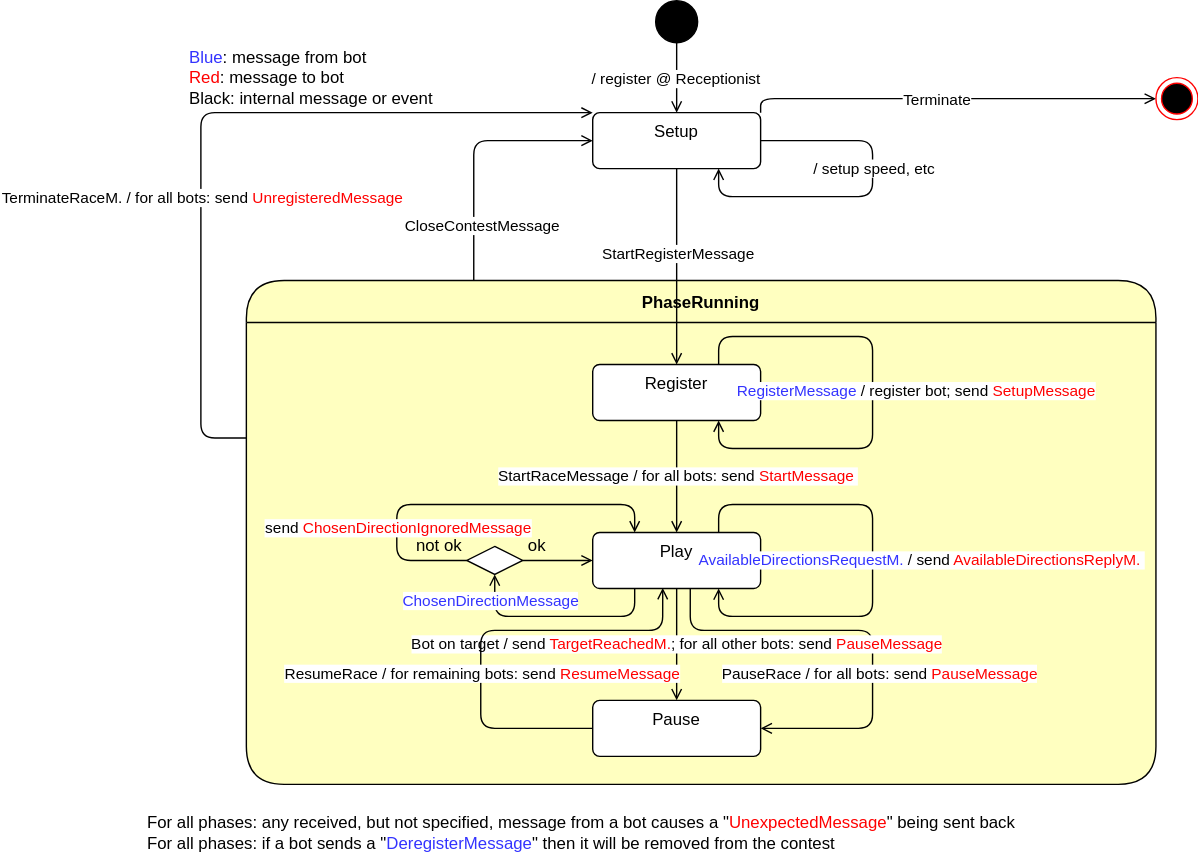
This is img/board-state-diagram.svg from tbuetler/BotRaceSimulation_Akka, a draw.io export, as it was before one commit. Source tidied: cells renumbered, new cells last; positions are measured from the earlier drawing's top-left corner, leaving out a move shared by most shapes.
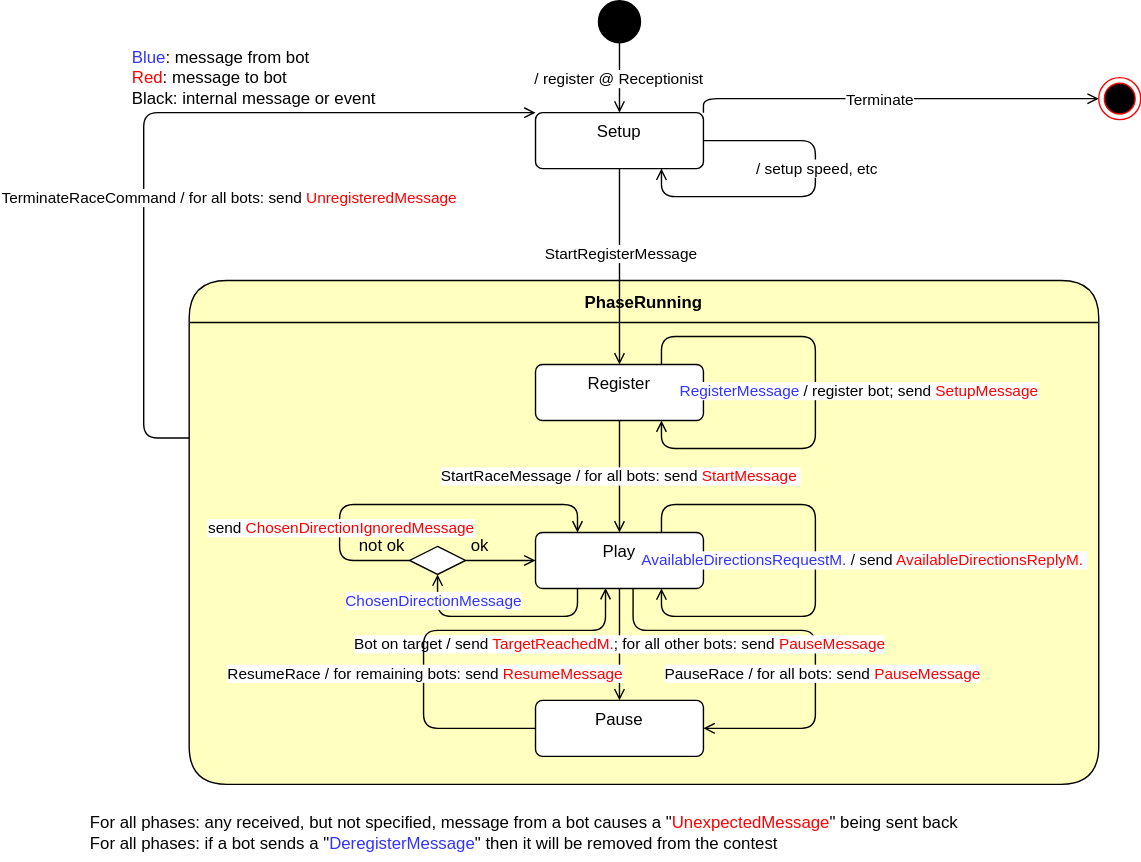
After the commit.

What changed in the source:
```diff
@@ -10,3 +10,3 @@
     </mxCell>
-    <mxCell id="4" style="edgeStyle=orthogonalEdgeStyle;rounded=0;jettySize=auto;html=1;exitX=0.5;exitY=1;exitDx=0;exitDy=0;endArrow=open;endFill=0;" parent="1" edge="1" source="8" target="16">
+    <mxCell id="4" style="edgeStyle=orthogonalEdgeStyle;rounded=0;jettySize=auto;html=1;exitX=0.5;exitY=1;exitDx=0;exitDy=0;endArrow=open;endFill=0;" parent="1" edge="1" source="8" target="14">
       <mxGeometry relative="1" as="geometry" />
@@ -18,3 +18,3 @@
     </mxCell>
-    <mxCell id="6" style="edgeStyle=orthogonalEdgeStyle;rounded=1;jettySize=auto;html=1;exitX=1;exitY=0;exitDx=0;exitDy=0;entryX=0;entryY=0.5;entryDx=0;entryDy=0;endArrow=open;endFill=0;" parent="1" edge="1" source="8" target="35">
+    <mxCell id="6" style="edgeStyle=orthogonalEdgeStyle;rounded=1;jettySize=auto;html=1;exitX=1;exitY=0;exitDx=0;exitDy=0;entryX=0;entryY=0.5;entryDx=0;entryDy=0;endArrow=open;endFill=0;" parent="1" edge="1" source="8" target="33">
       <mxGeometry relative="1" as="geometry">
@@ -41,3 +41,3 @@
     </mxCell>
-    <mxCell id="12" style="edgeStyle=orthogonalEdgeStyle;rounded=0;jettySize=auto;html=1;exitX=0.5;exitY=1;exitDx=0;exitDy=0;entryX=0.5;entryY=0;entryDx=0;entryDy=0;endArrow=open;endFill=0;" parent="1" edge="1" source="16" target="20">
+    <mxCell id="12" style="edgeStyle=orthogonalEdgeStyle;rounded=0;jettySize=auto;html=1;exitX=0.5;exitY=1;exitDx=0;exitDy=0;entryX=0.5;entryY=0;entryDx=0;entryDy=0;endArrow=open;endFill=0;" parent="1" edge="1" source="14" target="18">
       <mxGeometry relative="1" as="geometry" />
@@ -47,43 +47,44 @@
     </mxCell>
-    <mxCell id="14" style="edgeStyle=orthogonalEdgeStyle;rounded=1;jettySize=auto;html=1;exitX=0.25;exitY=0;exitDx=0;exitDy=0;entryX=0;entryY=0.5;entryDx=0;entryDy=0;endArrow=open;endFill=0;" parent="1" edge="1" source="2" target="8">
-      <mxGeometry relative="1" as="geometry">
-        <Array as="points">
-          <mxPoint x="235" y="100" />
-        </Array>
-      </mxGeometry>
+    <mxCell id="14" value="Register" style="html=1;align=center;verticalAlign=top;rounded=1;absoluteArcSize=1;arcSize=10;dashed=0;whiteSpace=wrap;" parent="1" vertex="1">
+      <mxGeometry x="320" y="260" width="120" height="40" as="geometry" />
     </mxCell>
-    <mxCell id="15" value="CloseContestMessage" style="edgeLabel;html=1;align=center;verticalAlign=middle;" parent="14" vertex="1">
-      <mxGeometry x="-0.04" y="-1" relative="1" as="geometry">
-        <mxPoint x="4" y="49" as="offset" />
+    <mxCell id="15" style="edgeStyle=orthogonalEdgeStyle;rounded=1;jettySize=auto;html=1;entryX=1;entryY=0.5;entryDx=0;entryDy=0;endArrow=open;endFill=0;exitX=0.581;exitY=0.992;exitDx=0;exitDy=0;exitPerimeter=0;" parent="1" edge="1" source="18" target="23">
+      <mxGeometry relative="1" as="geometry">
+        <Array as="points">
+          <mxPoint x="390" y="450" />
+          <mxPoint x="520" y="450" />
+          <mxPoint x="520" y="520" />
+        </Array>
       </mxGeometry>
     </mxCell>
-    <mxCell id="16" value="Register" style="html=1;align=center;verticalAlign=top;rounded=1;absoluteArcSize=1;arcSize=10;dashed=0;whiteSpace=wrap;" parent="1" vertex="1">
-      <mxGeometry x="320" y="260" width="120" height="40" as="geometry" />
+    <mxCell id="16" value="PauseRace / for all bots: send &lt;font color=&quot;#ff0000&quot;&gt;PauseMessage&lt;/font&gt;" style="edgeLabel;html=1;align=center;verticalAlign=middle;points=[];" parent="15" vertex="1">
+      <mxGeometry x="0.01" y="1" relative="1" as="geometry">
+        <mxPoint x="8" y="31" as="offset" />
+      </mxGeometry>
     </mxCell>
-    <mxCell id="17" style="edgeStyle=orthogonalEdgeStyle;rounded=1;jettySize=auto;html=1;entryX=1;entryY=0.5;entryDx=0;entryDy=0;endArrow=open;endFill=0;exitX=0.581;exitY=0.992;exitDx=0;exitDy=0;exitPerimeter=0;" parent="1" edge="1" source="20" target="25">
-      <mxGeometry relative="1" as="geometry">
-        <Array as="points">
-          <mxPoint x="390" y="450" />
-          <mxPoint x="520" y="450" />
-          <mxPoint x="520" y="520" />
-        </Array>
-      </mxGeometry>
+    <mxCell id="17" value="Bot on target / send &lt;font color=&quot;#ff0000&quot;&gt;TargetReachedM.&lt;/font&gt;; for all other bots: send &lt;font color=&quot;#ff0000&quot;&gt;PauseMessage&lt;/font&gt;" style="edgeStyle=orthogonalEdgeStyle;rounded=0;jettySize=auto;html=1;exitX=0.5;exitY=1;exitDx=0;exitDy=0;entryX=0.5;entryY=0;entryDx=0;entryDy=0;endArrow=open;endFill=0;" parent="1" edge="1" source="18" target="23">
+      <mxGeometry relative="1" as="geometry" />
     </mxCell>
-    <mxCell id="18" value="PauseRace / for all bots: send &lt;font color=&quot;#ff0000&quot;&gt;PauseMessage&lt;/font&gt;" style="edgeLabel;html=1;align=center;verticalAlign=middle;points=[];" parent="17" vertex="1">
-      <mxGeometry x="0.01" y="1" relative="1" as="geometry">
-        <mxPoint x="8" y="31" as="offset" />
-      </mxGeometry>
+    <mxCell id="18" value="Play" style="html=1;align=center;verticalAlign=top;rounded=1;absoluteArcSize=1;arcSize=10;dashed=0;whiteSpace=wrap;" parent="1" vertex="1">
+      <mxGeometry x="320" y="380" width="120" height="40" as="geometry" />
     </mxCell>
-    <mxCell id="19" value="Bot on target / send &lt;font color=&quot;#ff0000&quot;&gt;TargetReachedM.&lt;/font&gt;; for all other bots: send &lt;font color=&quot;#ff0000&quot;&gt;PauseMessage&lt;/font&gt;" style="edgeStyle=orthogonalEdgeStyle;rounded=0;jettySize=auto;html=1;exitX=0.5;exitY=1;exitDx=0;exitDy=0;entryX=0.5;entryY=0;entryDx=0;entryDy=0;endArrow=open;endFill=0;" parent="1" edge="1" source="20" target="25">
-      <mxGeometry relative="1" as="geometry" />
+    <mxCell id="19" style="edgeStyle=orthogonalEdgeStyle;rounded=1;jettySize=auto;html=1;exitX=0;exitY=0.5;exitDx=0;exitDy=0;endArrow=open;endFill=0;entryX=0.417;entryY=0.992;entryDx=0;entryDy=0;entryPerimeter=0;" parent="1" edge="1" source="23" target="18">
+      <mxGeometry relative="1" as="geometry">
+        <Array as="points">
+          <mxPoint x="240" y="520" />
+          <mxPoint x="240" y="450" />
+          <mxPoint x="370" y="450" />
+        </Array>
+      </mxGeometry>
     </mxCell>
-    <mxCell id="20" value="Play" style="html=1;align=center;verticalAlign=top;rounded=1;absoluteArcSize=1;arcSize=10;dashed=0;whiteSpace=wrap;" parent="1" vertex="1">
-      <mxGeometry x="320" y="380" width="120" height="40" as="geometry" />
+    <mxCell id="20" value="ResumeRace / for remaining bots: send &lt;font color=&quot;#ff0000&quot;&gt;ResumeMessage&lt;/font&gt;" style="edgeLabel;html=1;align=center;verticalAlign=middle;points=[];" parent="19" vertex="1">
+      <mxGeometry x="-0.27" relative="1" as="geometry">
+        <mxPoint y="-7" as="offset" />
+      </mxGeometry>
     </mxCell>
-    <mxCell id="21" style="edgeStyle=orthogonalEdgeStyle;rounded=1;jettySize=auto;html=1;exitX=0;exitY=0.5;exitDx=0;exitDy=0;endArrow=open;endFill=0;entryX=0.417;entryY=0.992;entryDx=0;entryDy=0;entryPerimeter=0;" parent="1" edge="1" source="25" target="20">
+    <mxCell id="21" style="edgeStyle=orthogonalEdgeStyle;rounded=1;jettySize=auto;html=1;exitX=0;exitY=0.25;exitDx=0;exitDy=0;entryX=0;entryY=0;entryDx=0;entryDy=0;endArrow=open;endFill=0;" parent="1" edge="1" source="3" target="8">
       <mxGeometry relative="1" as="geometry">
         <Array as="points">
-          <mxPoint x="240" y="520" />
-          <mxPoint x="240" y="450" />
-          <mxPoint x="370" y="450" />
+          <mxPoint x="40" y="313" />
+          <mxPoint x="40" y="80" />
         </Array>
@@ -91,30 +92,30 @@
     </mxCell>
-    <mxCell id="22" value="ResumeRace / for remaining bots: send &lt;font color=&quot;#ff0000&quot;&gt;ResumeMessage&lt;/font&gt;" style="edgeLabel;html=1;align=center;verticalAlign=middle;" parent="21" vertex="1">
-      <mxGeometry x="-0.27" relative="1" as="geometry">
-        <mxPoint y="-7" as="offset" />
+    <mxCell id="22" value="TerminateRaceCommand / for all bots: send &lt;font color=&quot;#ff0000&quot;&gt;UnregisteredMessage&lt;/font&gt;" style="edgeLabel;html=1;align=center;verticalAlign=middle;" parent="21" vertex="1">
+      <mxGeometry x="0.03" relative="1" as="geometry">
+        <mxPoint x="46" y="60" as="offset" />
       </mxGeometry>
     </mxCell>
-    <mxCell id="23" style="edgeStyle=orthogonalEdgeStyle;rounded=1;jettySize=auto;html=1;exitX=0;exitY=0.25;exitDx=0;exitDy=0;entryX=0;entryY=0;entryDx=0;entryDy=0;endArrow=open;endFill=0;" parent="1" edge="1" source="3" target="8">
-      <mxGeometry relative="1" as="geometry">
-        <Array as="points">
-          <mxPoint x="40" y="313" />
-          <mxPoint x="40" y="80" />
-        </Array>
-      </mxGeometry>
+    <mxCell id="23" value="Pause" style="html=1;align=center;verticalAlign=top;rounded=1;absoluteArcSize=1;arcSize=10;dashed=0;whiteSpace=wrap;" parent="1" vertex="1">
+      <mxGeometry x="320" y="500" width="120" height="40" as="geometry" />
     </mxCell>
-    <mxCell id="24" value="TerminateRaceM. / for all bots: send &lt;font color=&quot;#ff0000&quot;&gt;UnregisteredMessage&lt;/font&gt;" style="edgeLabel;html=1;align=center;verticalAlign=middle;" parent="23" vertex="1">
-      <mxGeometry x="0.03" relative="1" as="geometry">
-        <mxPoint x="-14" y="60" as="offset" />
+    <mxCell id="24" style="edgeStyle=orthogonalEdgeStyle;rounded=1;orthogonalLoop=1;jettySize=auto;html=1;exitX=0.75;exitY=0;exitDx=0;exitDy=0;entryX=0.75;entryY=1;entryDx=0;entryDy=0;endArrow=open;endFill=0;" parent="1" edge="1" source="18" target="18">
+      <mxGeometry relative="1" as="geometry">
+        <Array as="points">
+          <mxPoint x="410" y="360" />
+          <mxPoint x="520" y="360" />
+          <mxPoint x="520" y="440" />
+          <mxPoint x="410" y="440" />
+        </Array>
       </mxGeometry>
     </mxCell>
-    <mxCell id="25" value="Pause" style="html=1;align=center;verticalAlign=top;rounded=1;absoluteArcSize=1;arcSize=10;dashed=0;whiteSpace=wrap;" parent="1" vertex="1">
-      <mxGeometry x="320" y="500" width="120" height="40" as="geometry" />
+    <mxCell id="25" value="&lt;font color=&quot;#3333ff&quot;&gt;AvailableDirectionsRequestM.&lt;/font&gt; / send &lt;font color=&quot;#ff0000&quot;&gt;AvailableDirectionsReplyM.&lt;/font&gt;&amp;nbsp;" style="edgeLabel;html=1;align=center;verticalAlign=middle;points=[];" parent="24" vertex="1">
+      <mxGeometry y="-1" relative="1" as="geometry">
+        <mxPoint x="35" as="offset" />
+      </mxGeometry>
     </mxCell>
-    <mxCell id="26" style="edgeStyle=orthogonalEdgeStyle;rounded=1;orthogonalLoop=1;jettySize=auto;html=1;exitX=0.75;exitY=0;exitDx=0;exitDy=0;entryX=0.75;entryY=1;entryDx=0;entryDy=0;endArrow=open;endFill=0;" parent="1" edge="1" source="20" target="20">
+    <mxCell id="26" style="edgeStyle=orthogonalEdgeStyle;rounded=1;jettySize=auto;html=1;exitX=0.25;exitY=1;exitDx=0;exitDy=0;entryX=0.5;entryY=1;entryDx=0;entryDy=0;endArrow=open;endFill=0;" parent="1" edge="1" source="18" target="36">
       <mxGeometry relative="1" as="geometry">
         <Array as="points">
-          <mxPoint x="410" y="360" />
-          <mxPoint x="520" y="360" />
-          <mxPoint x="520" y="440" />
-          <mxPoint x="410" y="440" />
+          <mxPoint x="350" y="440" />
+          <mxPoint x="250" y="440" />
         </Array>
@@ -122,12 +123,13 @@
     </mxCell>
-    <mxCell id="27" value="&lt;font color=&quot;#3333ff&quot;&gt;AvailableDirectionsRequestM.&lt;/font&gt; / send &lt;font color=&quot;#ff0000&quot;&gt;AvailableDirectionsReplyM.&lt;/font&gt;&amp;nbsp;" style="edgeLabel;html=1;align=center;verticalAlign=middle;" parent="26" vertex="1">
-      <mxGeometry y="-1" relative="1" as="geometry">
-        <mxPoint x="35" as="offset" />
+    <mxCell id="27" value="&lt;font color=&quot;#3333ff&quot;&gt;ChosenDirectionMessage&lt;/font&gt;" style="edgeLabel;html=1;align=center;verticalAlign=middle;" parent="26" vertex="1">
+      <mxGeometry x="0.02" y="1" relative="1" as="geometry">
+        <mxPoint x="-47" y="-13" as="offset" />
       </mxGeometry>
     </mxCell>
-    <mxCell id="28" style="edgeStyle=orthogonalEdgeStyle;rounded=1;jettySize=auto;html=1;exitX=0.25;exitY=1;exitDx=0;exitDy=0;entryX=0.5;entryY=1;entryDx=0;entryDy=0;endArrow=open;endFill=0;" parent="1" edge="1" source="20" target="38">
+    <mxCell id="28" style="edgeStyle=orthogonalEdgeStyle;rounded=1;orthogonalLoop=1;jettySize=auto;html=1;exitX=1;exitY=0.5;exitDx=0;exitDy=0;entryX=0.75;entryY=1;entryDx=0;entryDy=0;endArrow=open;endFill=0;" parent="1" edge="1" source="8" target="8">
       <mxGeometry relative="1" as="geometry">
         <Array as="points">
-          <mxPoint x="350" y="440" />
-          <mxPoint x="250" y="440" />
+          <mxPoint x="520" y="100" />
+          <mxPoint x="520" y="140" />
+          <mxPoint x="410" y="140" />
         </Array>
@@ -135,13 +137,12 @@
     </mxCell>
-    <mxCell id="29" value="&lt;font color=&quot;#3333ff&quot;&gt;ChosenDirectionMessage&lt;/font&gt;" style="edgeLabel;html=1;align=center;verticalAlign=middle;" parent="28" vertex="1">
-      <mxGeometry x="0.02" y="1" relative="1" as="geometry">
-        <mxPoint x="-47" y="-13" as="offset" />
-      </mxGeometry>
+    <mxCell id="29" value="/ setup speed, etc" style="edgeLabel;html=1;align=center;verticalAlign=middle;" parent="28" vertex="1">
+      <mxGeometry x="-0.21" relative="1" as="geometry" />
     </mxCell>
-    <mxCell id="30" style="edgeStyle=orthogonalEdgeStyle;rounded=1;orthogonalLoop=1;jettySize=auto;html=1;exitX=1;exitY=0.5;exitDx=0;exitDy=0;entryX=0.75;entryY=1;entryDx=0;entryDy=0;endArrow=open;endFill=0;" parent="1" edge="1" source="8" target="8">
+    <mxCell id="30" style="edgeStyle=orthogonalEdgeStyle;rounded=1;orthogonalLoop=1;jettySize=auto;html=1;exitX=0.75;exitY=0;exitDx=0;exitDy=0;entryX=0.75;entryY=1;entryDx=0;entryDy=0;endArrow=open;endFill=0;" parent="1" edge="1" source="14" target="14">
       <mxGeometry relative="1" as="geometry">
         <Array as="points">
-          <mxPoint x="520" y="100" />
-          <mxPoint x="520" y="140" />
-          <mxPoint x="410" y="140" />
+          <mxPoint x="410" y="240" />
+          <mxPoint x="520" y="240" />
+          <mxPoint x="520" y="320" />
+          <mxPoint x="410" y="320" />
         </Array>
@@ -149,55 +150,42 @@
     </mxCell>
-    <mxCell id="31" value="/ setup speed, etc" style="edgeLabel;html=1;align=center;verticalAlign=middle;" parent="30" vertex="1">
-      <mxGeometry x="-0.21" relative="1" as="geometry" />
+    <mxCell id="31" value="&lt;font color=&quot;#3333ff&quot;&gt;RegisterMessage&lt;/font&gt; / register bot; send &lt;font color=&quot;#ff0000&quot;&gt;SetupMessage&lt;/font&gt;" style="edgeLabel;html=1;align=center;verticalAlign=middle;" parent="30" vertex="1">
+      <mxGeometry x="-0.01" relative="1" as="geometry">
+        <mxPoint x="30" as="offset" />
+      </mxGeometry>
     </mxCell>
-    <mxCell id="32" style="edgeStyle=orthogonalEdgeStyle;rounded=1;orthogonalLoop=1;jettySize=auto;html=1;exitX=0.75;exitY=0;exitDx=0;exitDy=0;entryX=0.75;entryY=1;entryDx=0;entryDy=0;endArrow=open;endFill=0;" parent="1" edge="1" source="16" target="16">
-      <mxGeometry relative="1" as="geometry">
-        <Array as="points">
-          <mxPoint x="410" y="240" />
-          <mxPoint x="520" y="240" />
-          <mxPoint x="520" y="320" />
-          <mxPoint x="410" y="320" />
-        </Array>
-      </mxGeometry>
+    <mxCell id="32" value="For all phases: any received, but not specified, message from a bot causes a &quot;&lt;font color=&quot;#ff0000&quot;&gt;UnexpectedMessage&lt;/font&gt;&quot; being sent back&lt;br&gt;For all phases: if a bot sends a &quot;&lt;font color=&quot;#3333ff&quot;&gt;DeregisterMessage&lt;/font&gt;&quot; then it will be removed from the contest&amp;nbsp;" style="text;html=1;align=left;verticalAlign=middle;strokeColor=none;fillColor=none;" parent="1" vertex="1">
+      <mxGeometry y="575" width="640" height="40" as="geometry" />
     </mxCell>
-    <mxCell id="33" value="&lt;font color=&quot;#3333ff&quot;&gt;RegisterMessage&lt;/font&gt; / register bot; send &lt;font color=&quot;#ff0000&quot;&gt;SetupMessage&lt;/font&gt;" style="edgeLabel;html=1;align=center;verticalAlign=middle;points=[];" parent="32" vertex="1">
-      <mxGeometry x="-0.01" relative="1" as="geometry">
-        <mxPoint x="30" as="offset" />
-      </mxGeometry>
+    <mxCell id="33" style="ellipse;html=1;shape=endState;fillColor=#000000;strokeColor=#ff0000;" parent="1" vertex="1">
+      <mxGeometry x="722.5" y="55" width="30" height="30" as="geometry" />
     </mxCell>
-    <mxCell id="34" value="For all phases: any received, but not specified, message from a bot causes a &quot;&lt;font color=&quot;#ff0000&quot;&gt;UnexpectedMessage&lt;/font&gt;&quot; being sent back&lt;br&gt;For all phases: if a bot sends a &quot;&lt;font color=&quot;#3333ff&quot;&gt;DeregisterMessage&lt;/font&gt;&quot; then it will be removed from the contest&amp;nbsp;" style="text;html=1;align=left;verticalAlign=middle;strokeColor=none;fillColor=none;" parent="1" vertex="1">
-      <mxGeometry y="575" width="640" height="40" as="geometry" />
+    <mxCell id="34" value="&lt;font color=&quot;#3333ff&quot;&gt;Blue&lt;/font&gt;: message from bot&lt;br&gt;&lt;font color=&quot;#ff0000&quot;&gt;Red&lt;/font&gt;: message to bot&lt;br&gt;Black: internal message or event" style="text;html=1;align=left;verticalAlign=middle;strokeColor=none;fillColor=none;" parent="1" vertex="1">
+      <mxGeometry x="30" y="25" width="200" height="60" as="geometry" />
     </mxCell>
-    <mxCell id="35" style="ellipse;html=1;shape=endState;fillColor=#000000;strokeColor=#ff0000;" parent="1" vertex="1">
-      <mxGeometry x="722.5" y="55" width="30" height="30" as="geometry" />
+    <mxCell id="35" style="edgeStyle=orthogonalEdgeStyle;rounded=0;jettySize=auto;html=1;exitX=1;exitY=0.5;exitDx=0;exitDy=0;entryX=0;entryY=0.5;entryDx=0;entryDy=0;endArrow=open;endFill=0;" parent="1" edge="1" source="36" target="18">
+      <mxGeometry relative="1" as="geometry" />
     </mxCell>
-    <mxCell id="36" value="&lt;font color=&quot;#3333ff&quot;&gt;Blue&lt;/font&gt;: message from bot&lt;br&gt;&lt;font color=&quot;#ff0000&quot;&gt;Red&lt;/font&gt;: message to bot&lt;br&gt;Black: internal message or event" style="text;html=1;align=left;verticalAlign=middle;points=[];strokeColor=none;fillColor=none;" parent="1" vertex="1">
-      <mxGeometry x="30" y="25" width="200" height="60" as="geometry" />
+    <mxCell id="36" style="rhombus;whiteSpace=wrap;html=1;" parent="1" vertex="1">
+      <mxGeometry x="230" y="390" width="40" height="20" as="geometry" />
     </mxCell>
-    <mxCell id="37" style="edgeStyle=orthogonalEdgeStyle;rounded=0;jettySize=auto;html=1;exitX=1;exitY=0.5;exitDx=0;exitDy=0;entryX=0;entryY=0.5;entryDx=0;entryDy=0;endArrow=open;endFill=0;" parent="1" edge="1" source="38" target="20">
-      <mxGeometry relative="1" as="geometry" />
+    <mxCell id="37" value="ok" style="text;html=1;align=center;verticalAlign=middle;strokeColor=none;fillColor=none;" parent="1" vertex="1">
+      <mxGeometry x="260" y="375" width="40" height="30" as="geometry" />
     </mxCell>
-    <mxCell id="38" style="rhombus;whiteSpace=wrap;html=1;" parent="1" vertex="1">
-      <mxGeometry x="230" y="390" width="40" height="20" as="geometry" />
+    <mxCell id="38" style="edgeStyle=orthogonalEdgeStyle;rounded=1;jettySize=auto;html=1;entryX=0.25;entryY=0;entryDx=0;entryDy=0;curved=0;endArrow=open;endFill=0;" parent="1" edge="1" source="36" target="18">
+      <mxGeometry relative="1" as="geometry">
+        <Array as="points">
+          <mxPoint x="180" y="400" />
+          <mxPoint x="180" y="360" />
+          <mxPoint x="350" y="360" />
+        </Array>
+      </mxGeometry>
     </mxCell>
-    <mxCell id="39" value="ok" style="text;html=1;align=center;verticalAlign=middle;strokeColor=none;fillColor=none;" parent="1" vertex="1">
-      <mxGeometry x="260" y="375" width="40" height="30" as="geometry" />
+    <mxCell id="39" value="send&lt;font color=&quot;#ff0000&quot;&gt; ChosenDirectionIgnoredMessage&lt;/font&gt;" style="edgeLabel;html=1;align=center;verticalAlign=middle;" parent="38" vertex="1">
+      <mxGeometry x="-0.49" relative="1" as="geometry">
+        <mxPoint y="-3" as="offset" />
+      </mxGeometry>
     </mxCell>
-    <mxCell id="40" style="edgeStyle=orthogonalEdgeStyle;rounded=1;jettySize=auto;html=1;entryX=0.25;entryY=0;entryDx=0;entryDy=0;curved=0;endArrow=open;endFill=0;" parent="1" edge="1" source="38" target="20">
-      <mxGeometry relative="1" as="geometry">
-        <Array as="points">
-          <mxPoint x="180" y="400" />
-          <mxPoint x="180" y="360" />
-          <mxPoint x="350" y="360" />
-        </Array>
-      </mxGeometry>
+    <mxCell id="40" value="not ok" style="text;html=1;align=center;verticalAlign=middle;strokeColor=none;fillColor=none;" parent="1" vertex="1">
+      <mxGeometry x="180" y="375" width="60" height="30" as="geometry" />
     </mxCell>
-    <mxCell id="41" value="send&lt;font color=&quot;#ff0000&quot;&gt; ChosenDirectionIgnoredMessage&lt;/font&gt;" style="edgeLabel;html=1;align=center;verticalAlign=middle;" parent="40" vertex="1">
-      <mxGeometry x="-0.49" relative="1" as="geometry">
-        <mxPoint y="-3" as="offset" />
-      </mxGeometry>
-    </mxCell>
-    <mxCell id="42" value="not ok" style="text;html=1;align=center;verticalAlign=middle;strokeColor=none;fillColor=none;" parent="1" vertex="1">
-      <mxGeometry x="180" y="375" width="60" height="30" as="geometry" />
-    </mxCell>
   </root>
```
